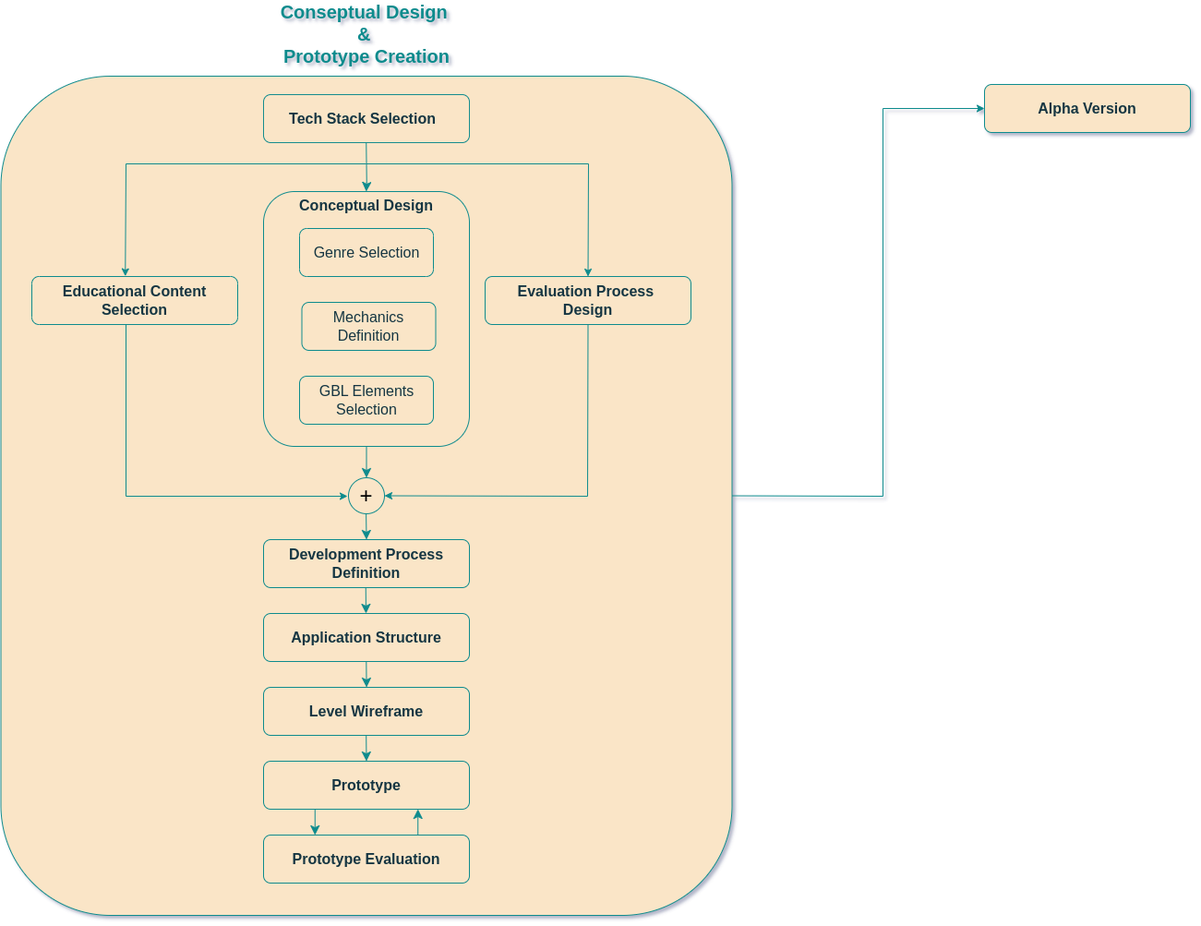
StelTheo73/thesis-docs keeps this draw.io diagram as chapter-6/image001_design_flow.png. Above is the earlier version. Source tidied: cells renumbered, new cells last; positions are measured from the earlier drawing's top-left corner, leaving out a move shared by most shapes.
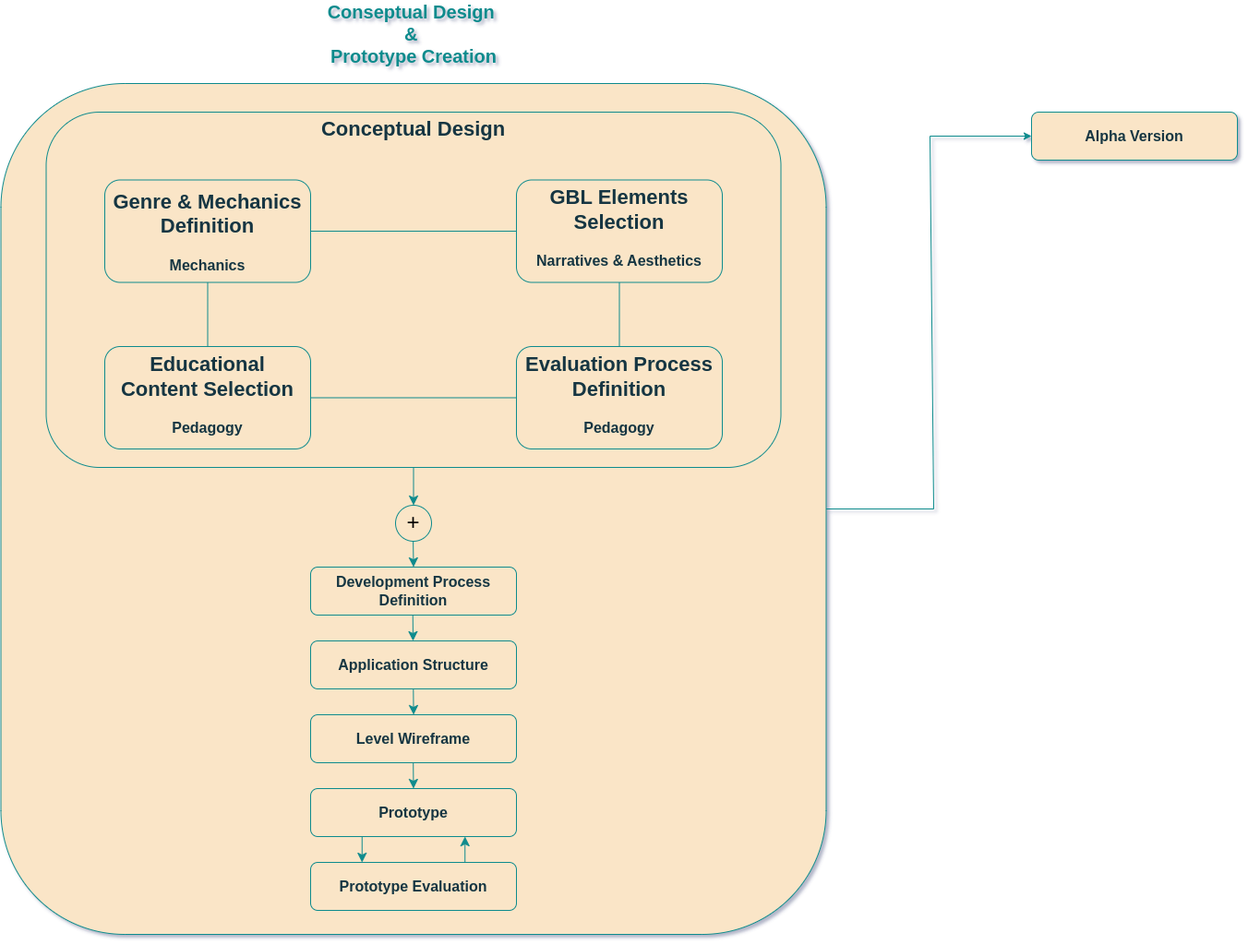
The same file after the commit.

Commit message:
docs: improve conceptual design diagam and fix citations and references

Change to the diagram source:
```diff
@@ -3,35 +3,11 @@
     <mxCell id="0" />
     <mxCell id="1" parent="0" />
     <mxCell id="2" style="rounded=1;whiteSpace=wrap;html=1;strokeColor=#0F8B8D;fillColor=#FAE5C7;" parent="1" vertex="1">
-      <mxGeometry x="0.5" y="61" width="792" height="909" as="geometry" />
+      <mxGeometry x="-50.5" y="39" width="894" height="922" as="geometry" />
     </mxCell>
-    <mxCell id="3" style="rounded=1;whiteSpace=wrap;html=1;labelBackgroundColor=none;fillColor=#FAE5C7;strokeColor=#0F8B8D;fontColor=#143642;" parent="1" vertex="1">
-      <mxGeometry x="285" y="81" width="223" height="52" as="geometry" />
-    </mxCell>
-    <mxCell id="4" value="&lt;b&gt;&lt;font style=&quot;font-size: 16px;&quot;&gt;Tech Stack Selection&lt;/font&gt;&lt;/b&gt;" style="text;html=1;align=center;verticalAlign=middle;whiteSpace=wrap;rounded=0;labelBackgroundColor=none;fontColor=#143642;" parent="1" vertex="1">
-      <mxGeometry x="285" y="92" width="215" height="30" as="geometry" />
-    </mxCell>
-    <mxCell id="5" style="rounded=1;whiteSpace=wrap;html=1;labelBackgroundColor=none;fillColor=#FAE5C7;strokeColor=#0F8B8D;fontColor=#143642;" parent="1" vertex="1">
-      <mxGeometry x="285" y="186" width="223" height="276" as="geometry" />
-    </mxCell>
-    <mxCell id="6" style="rounded=1;whiteSpace=wrap;html=1;labelBackgroundColor=none;fillColor=#FAE5C7;strokeColor=#0F8B8D;fontColor=#143642;" parent="1" vertex="1">
-      <mxGeometry x="324" y="226" width="145" height="52" as="geometry" />
-    </mxCell>
-    <mxCell id="7" value="&lt;font style=&quot;font-size: 16px;&quot;&gt;Genre Selection&lt;/font&gt;" style="text;html=1;align=center;verticalAlign=middle;whiteSpace=wrap;rounded=0;labelBackgroundColor=none;fontColor=#143642;" parent="1" vertex="1">
-      <mxGeometry x="326.5" y="237" width="140" height="30" as="geometry" />
-    </mxCell>
-    <mxCell id="8" style="rounded=1;whiteSpace=wrap;html=1;labelBackgroundColor=none;fillColor=#FAE5C7;strokeColor=#0F8B8D;fontColor=#143642;" parent="1" vertex="1">
-      <mxGeometry x="326.5" y="306" width="145" height="52" as="geometry" />
-    </mxCell>
-    <mxCell id="9" value="&lt;font style=&quot;font-size: 16px;&quot;&gt;Mechanics Definition&lt;/font&gt;" style="text;html=1;align=center;verticalAlign=middle;whiteSpace=wrap;rounded=0;labelBackgroundColor=none;fontColor=#143642;" parent="1" vertex="1">
-      <mxGeometry x="329" y="317" width="140" height="30" as="geometry" />
-    </mxCell>
-    <mxCell id="10" style="rounded=1;whiteSpace=wrap;html=1;labelBackgroundColor=none;fillColor=#FAE5C7;strokeColor=#0F8B8D;fontColor=#143642;" parent="1" vertex="1">
-      <mxGeometry x="324" y="386" width="145" height="52" as="geometry" />
-    </mxCell>
-    <mxCell id="11" value="&lt;font style=&quot;font-size: 16px;&quot;&gt;GBL Elements Selection&lt;/font&gt;" style="text;html=1;align=center;verticalAlign=middle;whiteSpace=wrap;rounded=0;labelBackgroundColor=none;fontColor=#143642;" parent="1" vertex="1">
-      <mxGeometry x="326.5" y="397" width="140" height="30" as="geometry" />
-    </mxCell>
+    <mxCell id="44" style="rounded=1;whiteSpace=wrap;html=1;labelBackgroundColor=none;fillColor=#FAE5C7;strokeColor=#0F8B8D;fontColor=#143642;" parent="1" vertex="1">
+      <mxGeometry x="-1.5" y="70" width="796" height="385" as="geometry" />
+    </mxCell>
     <mxCell id="12" style="rounded=1;whiteSpace=wrap;html=1;labelBackgroundColor=none;fillColor=#FAE5C7;strokeColor=#0F8B8D;fontColor=#143642;" parent="1" vertex="1">
       <mxGeometry x="285" y="563" width="223" height="52" as="geometry" />
     </mxCell>
@@ -44,9 +20,6 @@
     <mxCell id="15" value="&lt;b&gt;&lt;font style=&quot;font-size: 16px;&quot;&gt;Level Wireframe&lt;/font&gt;&lt;/b&gt;" style="text;html=1;align=center;verticalAlign=middle;whiteSpace=wrap;rounded=0;labelBackgroundColor=none;fontColor=#143642;" parent="1" vertex="1">
       <mxGeometry x="289" y="734" width="215" height="30" as="geometry" />
     </mxCell>
-    <mxCell id="16" value="&lt;b&gt;&lt;font style=&quot;font-size: 16px;&quot;&gt;Conceptual Design&lt;/font&gt;&lt;/b&gt;" style="text;html=1;align=center;verticalAlign=middle;whiteSpace=wrap;rounded=0;labelBackgroundColor=none;fontColor=#143642;" parent="1" vertex="1">
-      <mxGeometry x="289" y="186" width="215" height="30" as="geometry" />
-    </mxCell>
     <mxCell id="17" style="rounded=1;whiteSpace=wrap;html=1;labelBackgroundColor=none;fillColor=#FAE5C7;strokeColor=#0F8B8D;fontColor=#143642;" parent="1" vertex="1">
       <mxGeometry x="285" y="803" width="223" height="52" as="geometry" />
     </mxCell>
@@ -59,18 +32,6 @@
     <mxCell id="20" value="&lt;b&gt;&lt;font style=&quot;font-size: 16px;&quot;&gt;Prototype Evaluation&lt;/font&gt;&lt;/b&gt;" style="text;html=1;align=center;verticalAlign=middle;whiteSpace=wrap;rounded=0;labelBackgroundColor=none;fontColor=#143642;" parent="1" vertex="1">
       <mxGeometry x="289" y="894" width="215" height="30" as="geometry" />
     </mxCell>
-    <mxCell id="21" style="endArrow=classic;html=1;rounded=0;strokeColor=light-dark(#0f8b8d, #0F8B8D);fontSize=12;fontColor=#143642;startSize=8;endSize=8;curved=1;fillColor=#FAE5C7;entryX=0.5;entryY=0;entryDx=0;entryDy=0;exitX=0.5;exitY=1;exitDx=0;exitDy=0;" parent="1" edge="1">
-      <mxGeometry relative="1" as="geometry">
-        <mxPoint x="396.2" y="133" as="sourcePoint" />
-        <mxPoint x="396.2" y="186" as="targetPoint" />
-        <Array as="points">
-          <mxPoint x="396.8" y="176" />
-        </Array>
-      </mxGeometry>
-    </mxCell>
-    <mxCell id="22" style="endArrow=classic;html=1;rounded=0;strokeColor=light-dark(#0f8b8d, #0F8B8D);fontSize=12;fontColor=#143642;startSize=8;endSize=8;curved=1;fillColor=#FAE5C7;exitX=0.5;exitY=1;exitDx=0;exitDy=0;entryX=0;entryY=0.5;entryDx=0;entryDy=0;" parent="1" edge="1" source="5" target="37">
-      <mxGeometry relative="1" as="geometry" />
-    </mxCell>
     <mxCell id="23" style="endArrow=classic;html=1;rounded=0;strokeColor=light-dark(#0f8b8d, #0F8B8D);fontSize=12;fontColor=#143642;startSize=8;endSize=8;curved=1;fillColor=#FAE5C7;exitX=0.5;exitY=1;exitDx=0;exitDy=0;" parent="1" edge="1">
       <mxGeometry relative="1" as="geometry">
         <mxPoint x="395.7" y="615" as="sourcePoint" />
@@ -95,46 +56,9 @@
     <mxCell id="28" style="endArrow=classic;html=1;rounded=0;strokeColor=light-dark(#0f8b8d, #ffa19c);fontSize=12;fontColor=#143642;startSize=8;endSize=8;curved=1;fillColor=#FAE5C7;entryX=0.75;entryY=1;entryDx=0;entryDy=0;exitX=0.75;exitY=0;exitDx=0;exitDy=0;" parent="1" edge="1" source="19" target="17">
       <mxGeometry relative="1" as="geometry" />
     </mxCell>
-    <mxCell id="29" value="&lt;font style=&quot;font-size: 20px;&quot;&gt;&lt;b style=&quot;&quot;&gt;Conseptual Design&amp;nbsp;&lt;/b&gt;&lt;/font&gt;&lt;div&gt;&lt;font style=&quot;font-size: 20px;&quot;&gt;&lt;b style=&quot;&quot;&gt;&amp;amp;&amp;nbsp;&lt;/b&gt;&lt;/font&gt;&lt;/div&gt;&lt;div&gt;&lt;font style=&quot;font-size: 20px;&quot;&gt;&lt;b style=&quot;&quot;&gt;Prototype Creation&lt;/b&gt;&lt;/font&gt;&lt;/div&gt;" style="text;html=1;align=center;verticalAlign=middle;whiteSpace=wrap;rounded=0;fontColor=light-dark(#0f8b8d, #adcad5);" parent="1" vertex="1">
-      <mxGeometry x="266.5" width="260" height="30" as="geometry" />
+    <mxCell id="29" value="&lt;font&gt;&lt;b&gt;Conseptual Design&amp;nbsp;&lt;/b&gt;&lt;/font&gt;&lt;div&gt;&lt;font&gt;&lt;b&gt;&amp;amp;&amp;nbsp;&lt;/b&gt;&lt;/font&gt;&lt;/div&gt;&lt;div&gt;&lt;font&gt;&lt;b&gt;Prototype Creation&lt;/b&gt;&lt;/font&gt;&lt;/div&gt;" style="text;html=1;align=center;verticalAlign=middle;whiteSpace=wrap;rounded=0;fontColor=light-dark(#0f8b8d, #adcad5);fontSize=20;" parent="1" vertex="1">
+      <mxGeometry x="266.5" y="-30" width="260" height="30" as="geometry" />
     </mxCell>
-    <mxCell id="30" style="rounded=1;whiteSpace=wrap;html=1;labelBackgroundColor=none;fillColor=#FAE5C7;strokeColor=#0F8B8D;fontColor=#143642;" parent="1" vertex="1">
-      <mxGeometry x="34" y="278" width="223" height="52" as="geometry" />
-    </mxCell>
-    <mxCell id="31" value="&lt;span style=&quot;font-size: 16px;&quot;&gt;&lt;b&gt;Educational Content Selection&lt;/b&gt;&lt;/span&gt;" style="text;html=1;align=center;verticalAlign=middle;whiteSpace=wrap;rounded=0;labelBackgroundColor=none;fontColor=#143642;" parent="1" vertex="1">
-      <mxGeometry x="38" y="289" width="215" height="30" as="geometry" />
-    </mxCell>
-    <mxCell id="32" style="rounded=1;whiteSpace=wrap;html=1;labelBackgroundColor=none;fillColor=#FAE5C7;strokeColor=#0F8B8D;fontColor=#143642;" parent="1" vertex="1">
-      <mxGeometry x="525" y="278" width="223" height="52" as="geometry" />
-    </mxCell>
-    <mxCell id="33" value="&lt;span style=&quot;font-size: 16px;&quot;&gt;&lt;b&gt;Evaluation Process&amp;nbsp;&lt;/b&gt;&lt;/span&gt;&lt;div&gt;&lt;span style=&quot;font-size: 16px;&quot;&gt;&lt;b&gt;Design&lt;/b&gt;&lt;/span&gt;&lt;/div&gt;" style="text;html=1;align=center;verticalAlign=middle;whiteSpace=wrap;rounded=0;labelBackgroundColor=none;fontColor=#143642;" parent="1" vertex="1">
-      <mxGeometry x="529" y="289" width="215" height="30" as="geometry" />
-    </mxCell>
-    <mxCell id="34" style="endArrow=classic;html=1;rounded=0;entryX=0.5;entryY=0;entryDx=0;entryDy=0;strokeColor=#0F8B8D;" parent="1" edge="1" target="32">
-      <mxGeometry relative="1" as="geometry">
-        <mxPoint x="396" y="156" as="sourcePoint" />
-        <Array as="points">
-          <mxPoint x="637" y="156" />
-        </Array>
-      </mxGeometry>
-    </mxCell>
-    <mxCell id="35" style="endArrow=classic;html=1;rounded=0;entryX=0.454;entryY=-0.007;entryDx=0;entryDy=0;entryPerimeter=0;strokeColor=#0F8B8D;" parent="1" edge="1" target="30">
-      <mxGeometry relative="1" as="geometry">
-        <mxPoint x="396" y="156" as="sourcePoint" />
-        <Array as="points">
-          <mxPoint x="136" y="156" />
-        </Array>
-      </mxGeometry>
-    </mxCell>
-    <mxCell id="36" style="endArrow=classic;html=1;rounded=0;strokeColor=#0F8B8D;" parent="1" edge="1">
-      <mxGeometry relative="1" as="geometry">
-        <mxPoint x="136" y="330" as="sourcePoint" />
-        <mxPoint x="376" y="516" as="targetPoint" />
-        <Array as="points">
-          <mxPoint x="136" y="516" />
-        </Array>
-      </mxGeometry>
-    </mxCell>
     <mxCell id="37" value="+" style="ellipse;whiteSpace=wrap;html=1;direction=south;fillColor=#FAE5C7;strokeColor=#0F8B8D;fontSize=24;" parent="1" vertex="1">
       <mxGeometry x="377" y="496" width="39" height="39" as="geometry" />
     </mxCell>
@@ -146,7 +70,7 @@
     <mxCell id="39" style="endArrow=classic;html=1;rounded=0;entryX=0;entryY=0.5;entryDx=0;entryDy=0;exitX=1;exitY=0.5;exitDx=0;exitDy=0;strokeColor=#0F8B8D;" parent="1" edge="1" source="2" target="26">
       <mxGeometry relative="1" as="geometry">
         <Array as="points">
-          <mxPoint x="956" y="516" />
+          <mxPoint x="960" y="500" />
           <mxPoint x="956" y="96" />
         </Array>
       </mxGeometry>
@@ -163,12 +87,47 @@
         <mxPoint x="396.6" y="723" as="targetPoint" />
       </mxGeometry>
     </mxCell>
-    <mxCell id="43" style="endArrow=classic;html=1;rounded=0;exitX=0.5;exitY=1;exitDx=0;exitDy=0;entryX=0.5;entryY=0;entryDx=0;entryDy=0;strokeColor=#0F8B8D;" parent="1" edge="1" source="32" target="37">
-      <mxGeometry relative="1" as="geometry">
-        <Array as="points">
-          <mxPoint x="636" y="516" />
-        </Array>
-      </mxGeometry>
-    </mxCell>
+    <mxCell id="45" style="rounded=1;whiteSpace=wrap;html=1;labelBackgroundColor=none;fillColor=#FAE5C7;strokeColor=#0F8B8D;fontColor=#143642;" parent="1" vertex="1">
+      <mxGeometry x="62" y="143.5" width="223" height="111" as="geometry" />
+    </mxCell>
+    <mxCell id="46" value="&lt;b style=&quot;&quot;&gt;&lt;font style=&quot;font-size: 22px;&quot;&gt;Genre &amp;amp; Mechanics Definition&lt;/font&gt;&lt;/b&gt;&lt;br&gt;&lt;div&gt;&lt;b&gt;&lt;br&gt;&lt;/b&gt;&lt;/div&gt;&lt;div&gt;&lt;b&gt;Mechanics&lt;/b&gt;&lt;/div&gt;" style="text;html=1;align=center;verticalAlign=middle;whiteSpace=wrap;rounded=0;fillColor=none;fontSize=16;labelBackgroundColor=none;fontColor=#143642;" parent="1" vertex="1">
+      <mxGeometry x="66" y="184.5" width="215" height="30" as="geometry" />
+    </mxCell>
+    <mxCell id="47" style="rounded=1;whiteSpace=wrap;html=1;labelBackgroundColor=none;fillColor=#FAE5C7;strokeColor=#0F8B8D;fontColor=#143642;" parent="1" vertex="1">
+      <mxGeometry x="62" y="324" width="223" height="111" as="geometry" />
+    </mxCell>
+    <mxCell id="48" value="&lt;span style=&quot;font-size: 22px;&quot;&gt;&lt;b&gt;Educational Content Selection&lt;/b&gt;&lt;/span&gt;&lt;br&gt;&lt;div&gt;&lt;b&gt;&lt;br&gt;&lt;/b&gt;&lt;/div&gt;&lt;div&gt;&lt;b&gt;Pedagogy&lt;/b&gt;&lt;/div&gt;&lt;div&gt;&lt;br&gt;&lt;/div&gt;" style="text;html=1;align=center;verticalAlign=middle;whiteSpace=wrap;rounded=0;fillColor=none;fontSize=16;labelBackgroundColor=none;fontColor=#143642;" parent="1" vertex="1">
+      <mxGeometry x="66" y="370.5" width="215" height="30" as="geometry" />
+    </mxCell>
+    <mxCell id="49" style="rounded=1;whiteSpace=wrap;html=1;labelBackgroundColor=none;fillColor=#FAE5C7;strokeColor=#0F8B8D;fontColor=#143642;" parent="1" vertex="1">
+      <mxGeometry x="508" y="324" width="223" height="111" as="geometry" />
+    </mxCell>
+    <mxCell id="50" value="&lt;span style=&quot;font-size: 22px;&quot;&gt;&lt;b&gt;Evaluation Process Definition&lt;/b&gt;&lt;/span&gt;&lt;br&gt;&lt;div&gt;&lt;b&gt;&lt;br&gt;&lt;/b&gt;&lt;/div&gt;&lt;div&gt;&lt;b&gt;Pedagogy&lt;/b&gt;&lt;/div&gt;&lt;div&gt;&lt;br&gt;&lt;/div&gt;" style="text;html=1;align=center;verticalAlign=middle;whiteSpace=wrap;rounded=0;fillColor=none;fontSize=16;labelBackgroundColor=none;fontColor=#143642;" parent="1" vertex="1">
+      <mxGeometry x="512" y="370.5" width="215" height="30" as="geometry" />
+    </mxCell>
+    <mxCell id="51" style="rounded=1;whiteSpace=wrap;html=1;labelBackgroundColor=none;fillColor=#FAE5C7;strokeColor=#0F8B8D;fontColor=#143642;" parent="1" vertex="1">
+      <mxGeometry x="508" y="143.5" width="223" height="111" as="geometry" />
+    </mxCell>
+    <mxCell id="52" value="&lt;b style=&quot;&quot;&gt;&lt;font style=&quot;font-size: 22px;&quot;&gt;GBL Elements Selection&lt;/font&gt;&lt;/b&gt;&lt;br&gt;&lt;div&gt;&lt;b&gt;&lt;br&gt;&lt;/b&gt;&lt;/div&gt;&lt;div&gt;&lt;b&gt;Narratives &amp;amp; Aesthetics&lt;/b&gt;&lt;/div&gt;&lt;div&gt;&lt;br&gt;&lt;/div&gt;" style="text;html=1;align=center;verticalAlign=middle;whiteSpace=wrap;rounded=0;fillColor=none;fontSize=16;labelBackgroundColor=none;fontColor=#143642;" parent="1" vertex="1">
+      <mxGeometry x="512" y="190" width="215" height="30" as="geometry" />
+    </mxCell>
+    <mxCell id="53" style="endArrow=none;html=1;rounded=0;entryX=0;entryY=0.5;entryDx=0;entryDy=0;exitX=1;exitY=0.5;exitDx=0;exitDy=0;strokeColor=#0F8B8D;" parent="1" edge="1" source="47" target="49">
+      <mxGeometry relative="1" as="geometry" />
+    </mxCell>
+    <mxCell id="54" style="endArrow=none;html=1;rounded=0;entryX=0.5;entryY=1;entryDx=0;entryDy=0;exitX=0.5;exitY=0;exitDx=0;exitDy=0;strokeColor=#0F8B8D;" parent="1" edge="1" source="47" target="45">
+      <mxGeometry relative="1" as="geometry" />
+    </mxCell>
+    <mxCell id="55" style="endArrow=none;html=1;rounded=0;entryX=0;entryY=0.5;entryDx=0;entryDy=0;exitX=1;exitY=0.5;exitDx=0;exitDy=0;strokeColor=#0F8B8D;" parent="1" edge="1" source="45" target="51">
+      <mxGeometry relative="1" as="geometry" />
+    </mxCell>
+    <mxCell id="16" value="&lt;span style=&quot;font-size: 22px;&quot;&gt;&lt;b&gt;Conceptual Design&lt;/b&gt;&lt;/span&gt;" style="text;html=1;align=center;verticalAlign=middle;whiteSpace=wrap;rounded=0;fillColor=none;fontSize=16;labelBackgroundColor=none;fontColor=#143642;" parent="1" vertex="1">
+      <mxGeometry x="289" y="74" width="215" height="30" as="geometry" />
+    </mxCell>
+    <mxCell id="56" style="endArrow=classic;html=1;rounded=0;strokeColor=light-dark(#0f8b8d, #0F8B8D);fontSize=12;fontColor=#143642;startSize=8;endSize=8;curved=1;fillColor=#FAE5C7;exitX=0.5;exitY=1;exitDx=0;exitDy=0;entryX=0;entryY=0.5;entryDx=0;entryDy=0;" parent="1" edge="1" source="44" target="37">
+      <mxGeometry relative="1" as="geometry" />
+    </mxCell>
+    <mxCell id="57" style="endArrow=none;html=1;rounded=0;entryX=0.5;entryY=0;entryDx=0;entryDy=0;strokeColor=#0F8B8D;exitX=0.5;exitY=1;exitDx=0;exitDy=0;" parent="1" edge="1" source="51" target="49">
+      <mxGeometry relative="1" as="geometry" />
+    </mxCell>
   </root>
 </mxGraphModel>
```
